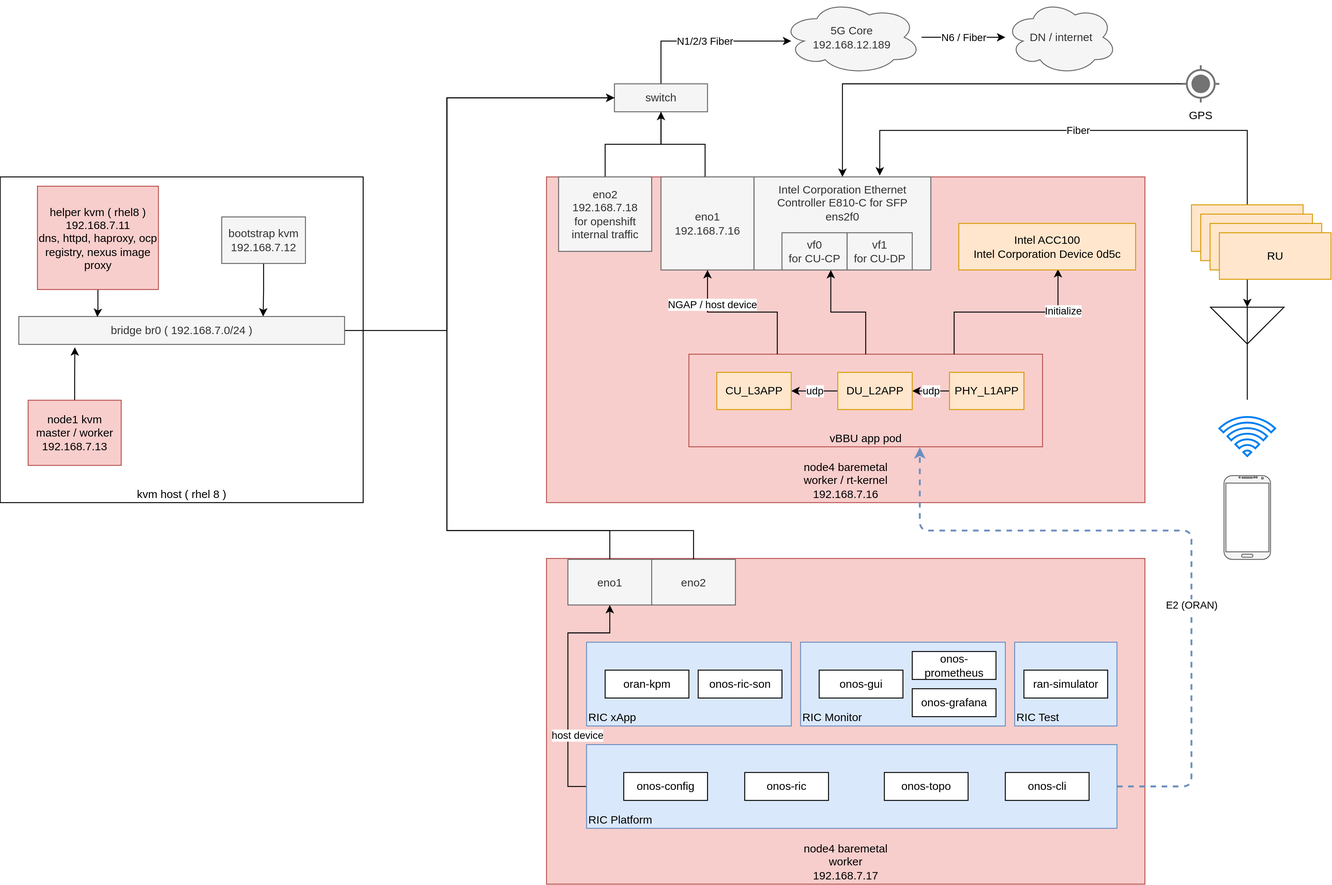
This is redhat/ocp4/4.10/dia/4.9.real-time.kernel.drawio.svg from wangzheng422/docker_env, a draw.io export, as it was before one commit. Source tidied: cells renumbered, new cells last; positions are measured from the earlier drawing's top-left corner, leaving out a move shared by most shapes. Source of this version:
```xml
<mxGraphModel>
  <root>
    <mxCell id="0" />
    <mxCell id="1" parent="0" />
    <mxCell id="2" value="kvm host ( rhel 8 )" style="rounded=0;whiteSpace=wrap;html=1;verticalAlign=bottom;" parent="1" vertex="1">
      <mxGeometry y="190" width="390" height="350" as="geometry" />
    </mxCell>
    <mxCell id="3" value="node4 baremetal&lt;br&gt;worker / rt-kernel&lt;br&gt;192.168.7.16" style="rounded=0;whiteSpace=wrap;html=1;verticalAlign=bottom;fillColor=#f8cecc;strokeColor=#b85450;" parent="1" vertex="1">
      <mxGeometry x="587" y="190" width="643" height="350" as="geometry" />
    </mxCell>
    <mxCell id="4" value="vBBU app pod" style="rounded=0;whiteSpace=wrap;html=1;verticalAlign=bottom;fillColor=#f8cecc;strokeColor=#b85450;" parent="1" vertex="1">
      <mxGeometry x="740" y="380.5" width="380" height="99.5" as="geometry" />
    </mxCell>
    <mxCell id="5" value="N6 / Fiber" style="edgeStyle=orthogonalEdgeStyle;rounded=0;jettySize=auto;html=1;" parent="1" edge="1" source="6" target="31">
      <mxGeometry relative="1" as="geometry" />
    </mxCell>
    <mxCell id="6" value="5G Core&lt;br&gt;192.168.12.189" style="ellipse;shape=cloud;whiteSpace=wrap;html=1;fillColor=#f5f5f5;strokeColor=#666666;fontColor=#333333;" parent="1" vertex="1">
      <mxGeometry x="840" width="150" height="80" as="geometry" />
    </mxCell>
    <mxCell id="7" style="edgeStyle=orthogonalEdgeStyle;rounded=0;jettySize=auto;html=1;exitX=0.5;exitY=0;exitDx=0;exitDy=0;" parent="1" edge="1" source="66">
      <mxGeometry relative="1" as="geometry">
        <mxPoint x="710" y="120" as="targetPoint" />
      </mxGeometry>
    </mxCell>
    <mxCell id="8" style="edgeStyle=orthogonalEdgeStyle;rounded=0;jettySize=auto;html=1;entryX=0.474;entryY=0;entryDx=0;entryDy=0;entryPerimeter=0;endArrow=none;endFill=0;" parent="1" edge="1" source="10" target="32">
      <mxGeometry relative="1" as="geometry" />
    </mxCell>
    <mxCell id="9" value="N1/2/3 Fiber" style="edgeStyle=orthogonalEdgeStyle;rounded=0;jettySize=auto;html=1;endArrow=classic;endFill=1;" parent="1" edge="1" source="10">
      <mxGeometry relative="1" as="geometry">
        <mxPoint x="850" y="44" as="targetPoint" />
        <Array as="points">
          <mxPoint x="710" y="44" />
        </Array>
      </mxGeometry>
    </mxCell>
    <mxCell id="10" value="switch" style="rounded=0;whiteSpace=wrap;html=1;fillColor=#f5f5f5;strokeColor=#666666;fontColor=#333333;" parent="1" vertex="1">
      <mxGeometry x="660" y="90" width="100" height="30" as="geometry" />
    </mxCell>
    <mxCell id="11" style="edgeStyle=orthogonalEdgeStyle;rounded=0;jettySize=auto;html=1;entryX=0.5;entryY=0;entryDx=0;entryDy=0;" parent="1" edge="1" source="12" target="33">
      <mxGeometry relative="1" as="geometry" />
    </mxCell>
    <mxCell id="12" value="GPS" style="dashed=0;verticalLabelPosition=bottom;verticalAlign=top;align=center;shape=mxgraph.gmdl.gps;strokeColor=#737373;fillColor=#737373;shadow=0;strokeWidth=2;" parent="1" vertex="1">
      <mxGeometry x="1270" y="70" width="40" height="40" as="geometry" />
    </mxCell>
    <mxCell id="13" value="node4 baremetal&lt;br&gt;worker&lt;br&gt;192.168.7.17" style="rounded=0;whiteSpace=wrap;html=1;verticalAlign=bottom;fillColor=#f8cecc;strokeColor=#b85450;" parent="1" vertex="1">
      <mxGeometry x="587" y="600" width="643" height="350" as="geometry" />
    </mxCell>
    <mxCell id="14" value="vf0&lt;br&gt;for CU-CP" style="rounded=0;whiteSpace=wrap;html=1;fillColor=#f5f5f5;strokeColor=#666666;fontColor=#333333;" parent="1" vertex="1">
      <mxGeometry x="840" y="200" width="70" height="40" as="geometry" />
    </mxCell>
    <mxCell id="15" style="edgeStyle=orthogonalEdgeStyle;rounded=0;jettySize=auto;html=1;entryX=0.75;entryY=1;entryDx=0;entryDy=0;exitX=0.5;exitY=0;exitDx=0;exitDy=0;" parent="1" edge="1" source="4" target="65">
      <mxGeometry x="0.56" y="-5" relative="1" as="geometry" />
    </mxCell>
    <mxCell id="16" value="&amp;nbsp;Initialize&amp;nbsp;" style="edgeStyle=orthogonalEdgeStyle;rounded=0;jettySize=auto;html=1;entryX=0.561;entryY=0.98;entryDx=0;entryDy=0;exitX=0.75;exitY=0;exitDx=0;exitDy=0;entryPerimeter=0;" parent="1" edge="1" source="4" target="34">
      <mxGeometry x="0.56" y="-5" relative="1" as="geometry" />
    </mxCell>
    <mxCell id="17" value="Untitled Layer" parent="0" />
    <mxCell id="18" value="host device" style="edgeStyle=orthogonalEdgeStyle;rounded=0;jettySize=auto;html=1;entryX=0.5;entryY=1;entryDx=0;entryDy=0;exitX=0;exitY=0.5;exitDx=0;exitDy=0;" parent="17" edge="1" source="20" target="62">
      <mxGeometry x="-0.42" y="-10" relative="1" as="geometry">
        <Array as="points">
          <mxPoint x="610" y="845" />
          <mxPoint x="610" y="680" />
          <mxPoint x="655" y="680" />
        </Array>
      </mxGeometry>
    </mxCell>
    <mxCell id="19" value="E2 (ORAN)" style="edgeStyle=orthogonalEdgeStyle;rounded=1;jettySize=auto;html=1;entryX=0.653;entryY=1.005;entryDx=0;entryDy=0;entryPerimeter=0;dashed=1;strokeWidth=2;fillColor=#dae8fc;strokeColor=#6c8ebf;" parent="17" edge="1" source="20" target="4">
      <mxGeometry x="-0.25" relative="1" as="geometry">
        <Array as="points">
          <mxPoint x="1280" y="845" />
          <mxPoint x="1280" y="570" />
          <mxPoint x="988" y="570" />
        </Array>
      </mxGeometry>
    </mxCell>
    <mxCell id="20" value="RIC Platform" style="rounded=0;whiteSpace=wrap;html=1;fillColor=#dae8fc;strokeColor=#6c8ebf;verticalAlign=bottom;align=left;" parent="17" vertex="1">
      <mxGeometry x="630" y="800" width="570" height="90" as="geometry" />
    </mxCell>
    <mxCell id="21" value="RIC Monitor" style="rounded=0;whiteSpace=wrap;html=1;fillColor=#dae8fc;strokeColor=#6c8ebf;verticalAlign=bottom;align=left;" parent="17" vertex="1">
      <mxGeometry x="860" y="690" width="220" height="90" as="geometry" />
    </mxCell>
    <mxCell id="22" value="RIC xApp" style="rounded=0;whiteSpace=wrap;html=1;fillColor=#dae8fc;strokeColor=#6c8ebf;verticalAlign=bottom;align=left;" parent="17" vertex="1">
      <mxGeometry x="630" y="690" width="220" height="90" as="geometry" />
    </mxCell>
    <mxCell id="23" style="edgeStyle=orthogonalEdgeStyle;rounded=0;jettySize=auto;html=1;endArrow=none;endFill=0;entryX=0;entryY=0.5;entryDx=0;entryDy=0;" parent="17" edge="1" source="24" target="10">
      <mxGeometry relative="1" as="geometry">
        <Array as="points">
          <mxPoint x="480" y="355" />
          <mxPoint x="480" y="105" />
        </Array>
      </mxGeometry>
    </mxCell>
    <mxCell id="24" value="bridge br0 ( 192.168.7.0/24 )" style="rounded=0;whiteSpace=wrap;html=1;fillColor=#f5f5f5;strokeColor=#666666;fontColor=#333333;" parent="17" vertex="1">
      <mxGeometry x="20" y="340" width="350" height="30" as="geometry" />
    </mxCell>
    <mxCell id="25" style="edgeStyle=orthogonalEdgeStyle;rounded=0;jettySize=auto;html=1;entryX=0.241;entryY=0.017;entryDx=0;entryDy=0;entryPerimeter=0;" parent="17" edge="1" source="26" target="24">
      <mxGeometry relative="1" as="geometry" />
    </mxCell>
    <mxCell id="26" value="helper kvm ( rhel8 )&lt;br&gt;192.168.7.11&lt;br&gt;dns, httpd, haproxy, ocp registry, nexus image proxy" style="rounded=0;whiteSpace=wrap;html=1;fillColor=#f8cecc;strokeColor=#b85450;" parent="17" vertex="1">
      <mxGeometry x="40" y="200" width="130" height="111" as="geometry" />
    </mxCell>
    <mxCell id="27" style="edgeStyle=orthogonalEdgeStyle;rounded=0;jettySize=auto;html=1;entryX=0.75;entryY=0;entryDx=0;entryDy=0;" parent="17" edge="1" source="28" target="24">
      <mxGeometry relative="1" as="geometry" />
    </mxCell>
    <mxCell id="28" value="bootstrap kvm&lt;br&gt;192.168.7.12" style="rounded=0;whiteSpace=wrap;html=1;fillColor=#f5f5f5;strokeColor=#666666;fontColor=#333333;" parent="17" vertex="1">
      <mxGeometry x="238" y="233" width="90" height="50" as="geometry" />
    </mxCell>
    <mxCell id="29" style="edgeStyle=orthogonalEdgeStyle;rounded=0;jettySize=auto;html=1;entryX=0.172;entryY=1.103;entryDx=0;entryDy=0;entryPerimeter=0;" parent="17" edge="1" source="30" target="24">
      <mxGeometry relative="1" as="geometry" />
    </mxCell>
    <mxCell id="30" value="node1 kvm&lt;br&gt;master / worker&lt;br&gt;192.168.7.13" style="rounded=0;whiteSpace=wrap;html=1;fillColor=#f8cecc;strokeColor=#b85450;" parent="17" vertex="1">
      <mxGeometry x="30" y="430" width="100" height="70" as="geometry" />
    </mxCell>
    <mxCell id="31" value="DN / internet" style="ellipse;shape=cloud;whiteSpace=wrap;html=1;fillColor=#f5f5f5;strokeColor=#666666;fontColor=#333333;" parent="17" vertex="1">
      <mxGeometry x="1080" width="120" height="80" as="geometry" />
    </mxCell>
    <mxCell id="32" value="eno1&lt;br&gt;192.168.7.16" style="rounded=0;whiteSpace=wrap;html=1;fillColor=#f5f5f5;strokeColor=#666666;fontColor=#333333;" parent="17" vertex="1">
      <mxGeometry x="710" y="190" width="100" height="100" as="geometry" />
    </mxCell>
    <mxCell id="33" value="Intel Corporation Ethernet Controller E810-C for SFP&lt;br&gt;ens2f0" style="rounded=0;whiteSpace=wrap;html=1;fillColor=#f5f5f5;strokeColor=#666666;fontColor=#333333;verticalAlign=top;" parent="17" vertex="1">
      <mxGeometry x="810" y="190" width="190" height="100" as="geometry" />
    </mxCell>
    <mxCell id="34" value="Intel ACC100&lt;br&gt;Intel Corporation Device 0d5c" style="rounded=0;whiteSpace=wrap;html=1;fillColor=#ffe6cc;strokeColor=#d79b00;" parent="17" vertex="1">
      <mxGeometry x="1030" y="240" width="190" height="50" as="geometry" />
    </mxCell>
    <mxCell id="35" value="NGAP / host device" style="edgeStyle=orthogonalEdgeStyle;rounded=0;jettySize=auto;html=1;entryX=0.5;entryY=1;entryDx=0;entryDy=0;exitX=0.25;exitY=0;exitDx=0;exitDy=0;" parent="17" edge="1" source="4" target="32">
      <mxGeometry x="0.56" y="-5" relative="1" as="geometry" />
    </mxCell>
    <mxCell id="36" value="udp" style="edgeStyle=orthogonalEdgeStyle;rounded=0;jettySize=auto;html=1;entryX=1;entryY=0.5;entryDx=0;entryDy=0;exitX=0;exitY=0.5;exitDx=0;exitDy=0;" parent="17" edge="1" source="37" target="39">
      <mxGeometry relative="1" as="geometry">
        <Array as="points">
          <mxPoint x="990" y="420" />
          <mxPoint x="990" y="420" />
        </Array>
      </mxGeometry>
    </mxCell>
    <mxCell id="37" value="PHY_L1APP" style="rounded=0;whiteSpace=wrap;html=1;verticalAlign=middle;fillColor=#ffe6cc;strokeColor=#d79b00;" parent="17" vertex="1">
      <mxGeometry x="1020" y="400" width="80" height="40" as="geometry" />
    </mxCell>
    <mxCell id="38" value="udp" style="edgeStyle=orthogonalEdgeStyle;rounded=0;jettySize=auto;html=1;entryX=1;entryY=0.5;entryDx=0;entryDy=0;exitX=0;exitY=0.5;exitDx=0;exitDy=0;" parent="17" edge="1" source="39" target="46">
      <mxGeometry relative="1" as="geometry">
        <Array as="points">
          <mxPoint x="870" y="420" />
          <mxPoint x="870" y="420" />
        </Array>
      </mxGeometry>
    </mxCell>
    <mxCell id="39" value="DU_L2APP" style="rounded=0;whiteSpace=wrap;html=1;verticalAlign=middle;fillColor=#ffe6cc;strokeColor=#d79b00;" parent="17" vertex="1">
      <mxGeometry x="900" y="400" width="80" height="40" as="geometry" />
    </mxCell>
    <mxCell id="40" style="verticalLabelPosition=bottom;verticalAlign=top;html=1;shadow=0;dashed=0;strokeWidth=1;shape=mxgraph.android.phone2;strokeColor=#666666;fillColor=#f5f5f5;fontColor=#333333;" parent="17" vertex="1">
      <mxGeometry x="1315" y="511" width="50" height="90" as="geometry" />
    </mxCell>
    <mxCell id="41" value="Fiber" style="edgeStyle=orthogonalEdgeStyle;rounded=0;jettySize=auto;html=1;entryX=0.711;entryY=-0.015;entryDx=0;entryDy=0;entryPerimeter=0;" parent="17" edge="1" source="42" target="33">
      <mxGeometry relative="1" as="geometry">
        <Array as="points">
          <mxPoint x="1340" y="140" />
          <mxPoint x="945" y="140" />
        </Array>
      </mxGeometry>
    </mxCell>
    <mxCell id="42" value="RU" style="rounded=0;whiteSpace=wrap;html=1;fillColor=#ffe6cc;strokeColor=#d79b00;" parent="17" vertex="1">
      <mxGeometry x="1280" y="220" width="120" height="50" as="geometry" />
    </mxCell>
    <mxCell id="43" style="edgeStyle=orthogonalEdgeStyle;rounded=0;jettySize=auto;html=1;" parent="17" edge="1" source="42">
      <mxGeometry relative="1" as="geometry">
        <mxPoint x="1340" y="330" as="targetPoint" />
      </mxGeometry>
    </mxCell>
    <mxCell id="44" style="verticalLabelPosition=bottom;shadow=0;dashed=0;align=center;html=1;verticalAlign=top;shape=mxgraph.electrical.radio.aerial_-_antenna_2;" parent="17" vertex="1">
      <mxGeometry x="1300.5" y="329.5" width="79" height="100" as="geometry" />
    </mxCell>
    <mxCell id="45" style="html=1;verticalLabelPosition=bottom;align=center;labelBackgroundColor=#ffffff;verticalAlign=top;strokeWidth=2;strokeColor=#0080F0;shadow=0;dashed=0;shape=mxgraph.ios7.icons.wifi;" parent="17" vertex="1">
      <mxGeometry x="1310" y="448" width="60" height="42" as="geometry" />
    </mxCell>
    <mxCell id="46" value="CU_L3APP" style="rounded=0;whiteSpace=wrap;html=1;verticalAlign=middle;fillColor=#ffe6cc;strokeColor=#d79b00;" parent="17" vertex="1">
      <mxGeometry x="770" y="400" width="80" height="40" as="geometry" />
    </mxCell>
    <mxCell id="47" value="RU" style="rounded=0;whiteSpace=wrap;html=1;fillColor=#ffe6cc;strokeColor=#d79b00;" parent="17" vertex="1">
      <mxGeometry x="1290" y="230" width="120" height="50" as="geometry" />
    </mxCell>
    <mxCell id="48" value="RU" style="rounded=0;whiteSpace=wrap;html=1;fillColor=#ffe6cc;strokeColor=#d79b00;" parent="17" vertex="1">
      <mxGeometry x="1300" y="240" width="120" height="50" as="geometry" />
    </mxCell>
    <mxCell id="49" value="RU" style="rounded=0;whiteSpace=wrap;html=1;fillColor=#ffe6cc;strokeColor=#d79b00;" parent="17" vertex="1">
      <mxGeometry x="1310" y="250" width="120" height="50" as="geometry" />
    </mxCell>
    <mxCell id="50" value="onos-config" style="rounded=0;whiteSpace=wrap;html=1;align=center;verticalAlign=middle;" parent="17" vertex="1">
      <mxGeometry x="670" y="830" width="90" height="30" as="geometry" />
    </mxCell>
    <mxCell id="51" value="onos-ric" style="rounded=0;whiteSpace=wrap;html=1;align=center;verticalAlign=middle;" parent="17" vertex="1">
      <mxGeometry x="800" y="830" width="90" height="30" as="geometry" />
    </mxCell>
    <mxCell id="52" value="onos-topo" style="rounded=0;whiteSpace=wrap;html=1;align=center;verticalAlign=middle;" parent="17" vertex="1">
      <mxGeometry x="950" y="830" width="90" height="30" as="geometry" />
    </mxCell>
    <mxCell id="53" value="onos-cli" style="rounded=0;whiteSpace=wrap;html=1;align=center;verticalAlign=middle;" parent="17" vertex="1">
      <mxGeometry x="1080" y="830" width="90" height="30" as="geometry" />
    </mxCell>
    <mxCell id="54" value="oran-kpm" style="rounded=0;whiteSpace=wrap;html=1;align=center;verticalAlign=middle;" parent="17" vertex="1">
      <mxGeometry x="650" y="720" width="90" height="30" as="geometry" />
    </mxCell>
    <mxCell id="55" value="onos-ric-son" style="rounded=0;whiteSpace=wrap;html=1;align=center;verticalAlign=middle;" parent="17" vertex="1">
      <mxGeometry x="750" y="720" width="90" height="30" as="geometry" />
    </mxCell>
    <mxCell id="56" value="onos-gui" style="rounded=0;whiteSpace=wrap;html=1;align=center;verticalAlign=middle;" parent="17" vertex="1">
      <mxGeometry x="880" y="720" width="90" height="30" as="geometry" />
    </mxCell>
    <mxCell id="57" value="onos-prometheus" style="rounded=0;whiteSpace=wrap;html=1;align=center;verticalAlign=middle;" parent="17" vertex="1">
      <mxGeometry x="980" y="700" width="90" height="30" as="geometry" />
    </mxCell>
    <mxCell id="58" value="onos-grafana" style="rounded=0;whiteSpace=wrap;html=1;align=center;verticalAlign=middle;" parent="17" vertex="1">
      <mxGeometry x="980" y="740" width="90" height="30" as="geometry" />
    </mxCell>
    <mxCell id="59" value="RIC Test" style="rounded=0;whiteSpace=wrap;html=1;fillColor=#dae8fc;strokeColor=#6c8ebf;verticalAlign=bottom;align=left;" parent="17" vertex="1">
      <mxGeometry x="1090" y="690" width="110" height="90" as="geometry" />
    </mxCell>
    <mxCell id="60" value="ran-simulator" style="rounded=0;whiteSpace=wrap;html=1;align=center;verticalAlign=middle;" parent="17" vertex="1">
      <mxGeometry x="1100" y="720" width="90" height="30" as="geometry" />
    </mxCell>
    <mxCell id="61" style="edgeStyle=orthogonalEdgeStyle;rounded=0;jettySize=auto;html=1;" parent="17" edge="1" source="62" target="10">
      <mxGeometry relative="1" as="geometry">
        <Array as="points">
          <mxPoint x="655" y="570" />
          <mxPoint x="480" y="570" />
          <mxPoint x="480" y="105" />
        </Array>
      </mxGeometry>
    </mxCell>
    <mxCell id="62" value="eno1" style="rounded=0;whiteSpace=wrap;html=1;fillColor=#f5f5f5;strokeColor=#666666;fontColor=#333333;" parent="17" vertex="1">
      <mxGeometry x="610" y="601" width="90" height="49" as="geometry" />
    </mxCell>
    <mxCell id="63" style="edgeStyle=orthogonalEdgeStyle;rounded=0;jettySize=auto;html=1;" parent="17" edge="1" source="64" target="10">
      <mxGeometry relative="1" as="geometry">
        <Array as="points">
          <mxPoint x="745" y="570" />
          <mxPoint x="480" y="570" />
          <mxPoint x="480" y="105" />
        </Array>
      </mxGeometry>
    </mxCell>
    <mxCell id="64" value="eno2" style="rounded=0;whiteSpace=wrap;html=1;fillColor=#f5f5f5;strokeColor=#666666;fontColor=#333333;" parent="17" vertex="1">
      <mxGeometry x="700" y="601" width="90" height="49" as="geometry" />
    </mxCell>
    <mxCell id="65" value="vf0&lt;br&gt;for CU-CP" style="rounded=0;whiteSpace=wrap;html=1;fillColor=#f5f5f5;strokeColor=#666666;fontColor=#333333;" parent="17" vertex="1">
      <mxGeometry x="840" y="250" width="70" height="40" as="geometry" />
    </mxCell>
    <mxCell id="66" value="eno2&lt;br&gt;192.168.7.18&lt;br&gt;for openshift internal traffic" style="rounded=0;whiteSpace=wrap;html=1;fillColor=#f5f5f5;strokeColor=#666666;fontColor=#333333;" parent="17" vertex="1">
      <mxGeometry x="600" y="190" width="100" height="80" as="geometry" />
    </mxCell>
    <mxCell id="67" value="vf1&lt;br&gt;for CU-DP" style="rounded=0;whiteSpace=wrap;html=1;fillColor=#f5f5f5;strokeColor=#666666;fontColor=#333333;" parent="17" vertex="1">
      <mxGeometry x="910" y="250" width="70" height="40" as="geometry" />
    </mxCell>
  </root>
</mxGraphModel>
```
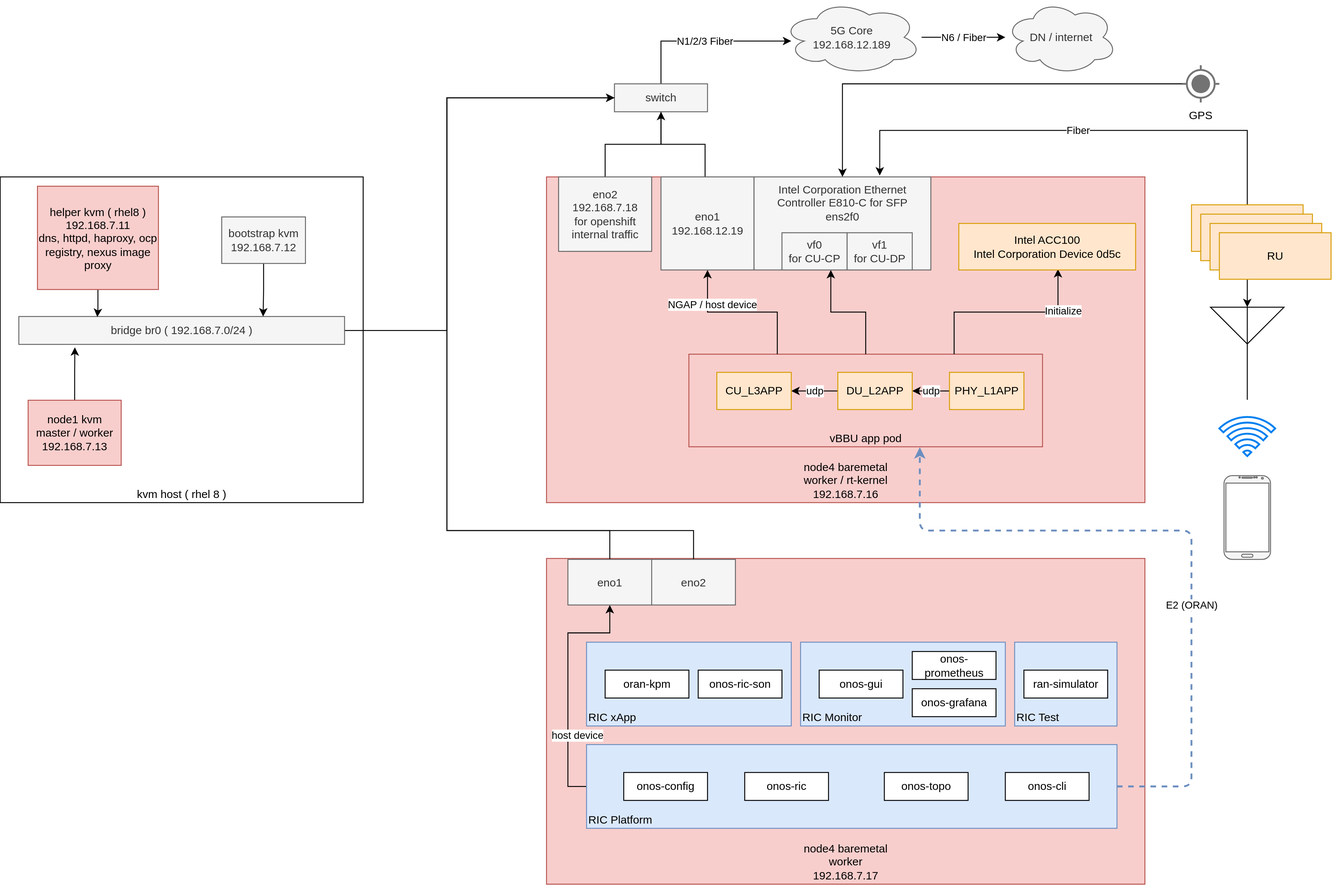
Above is the later version.

Change to the diagram source:
```diff
@@ -114,7 +114,7 @@
     <mxCell id="31" value="DN / internet" style="ellipse;shape=cloud;whiteSpace=wrap;html=1;fillColor=#f5f5f5;strokeColor=#666666;fontColor=#333333;" parent="17" vertex="1">
       <mxGeometry x="1080" width="120" height="80" as="geometry" />
     </mxCell>
-    <mxCell id="32" value="eno1&lt;br&gt;192.168.7.16" style="rounded=0;whiteSpace=wrap;html=1;fillColor=#f5f5f5;strokeColor=#666666;fontColor=#333333;" parent="17" vertex="1">
+    <mxCell id="32" value="eno1&lt;br&gt;192.168.12.19" style="rounded=0;whiteSpace=wrap;html=1;fillColor=#f5f5f5;strokeColor=#666666;fontColor=#333333;" parent="17" vertex="1">
       <mxGeometry x="710" y="190" width="100" height="100" as="geometry" />
     </mxCell>
     <mxCell id="33" value="Intel Corporation Ethernet Controller E810-C for SFP&lt;br&gt;ens2f0" style="rounded=0;whiteSpace=wrap;html=1;fillColor=#f5f5f5;strokeColor=#666666;fontColor=#333333;verticalAlign=top;" parent="17" vertex="1">
```
